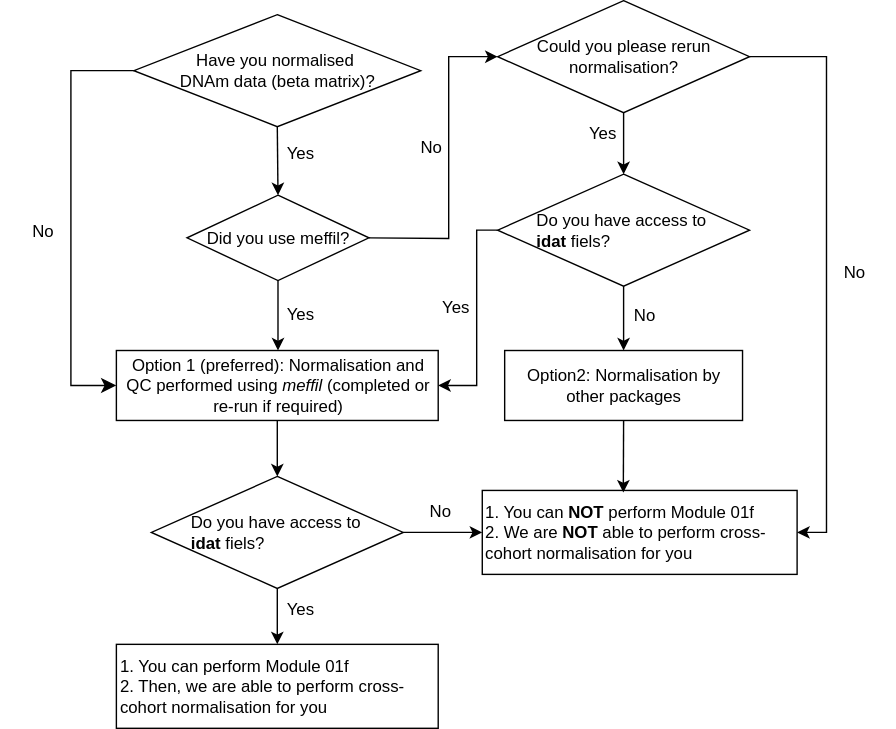
The draw.io diagram images/meth_data_flowchart.drawio.svg in dianajuvi89/DEEP_mqtls.wiki_copy, before a commit. Source tidied: cells renumbered, new cells last; positions are measured from the earlier drawing's top-left corner, leaving out a move shared by most shapes.
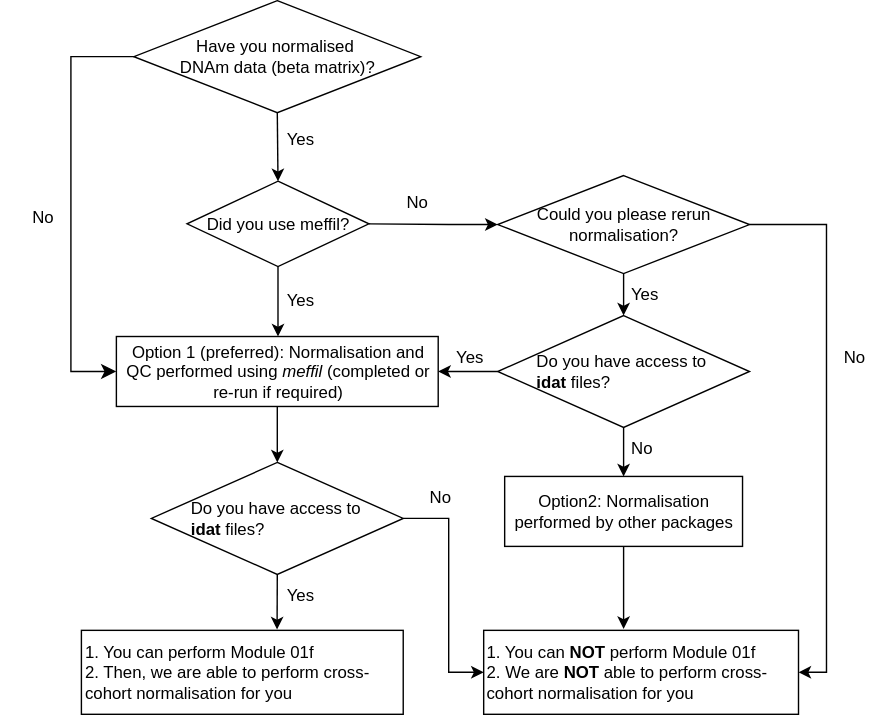
After the commit.

Diff of the diagram source:
```diff
@@ -6,7 +6,7 @@
       <mxGeometry x="95" y="10" width="205" height="80" as="geometry" />
     </mxCell>
     <mxCell id="3" value="&lt;div style=&quot;&quot;&gt;Could you please rerun normalisation?&lt;/div&gt;" style="rhombus;whiteSpace=wrap;html=1;align=center;" parent="1" vertex="1">
-      <mxGeometry x="355" width="180" height="80" as="geometry" />
+      <mxGeometry x="355" y="135" width="180" height="70" as="geometry" />
     </mxCell>
     <mxCell id="4" style="endArrow=classic;html=1;rounded=0;exitX=0.5;exitY=1;exitDx=0;exitDy=0;entryX=0.5;entryY=0;entryDx=0;entryDy=0;" parent="1" edge="1" source="2" target="7">
       <mxGeometry relative="1" as="geometry" />
@@ -32,22 +32,21 @@
       <mxGeometry relative="1" as="geometry">
         <Array as="points">
           <mxPoint x="320" y="170" />
-          <mxPoint x="320" y="110" />
-          <mxPoint x="320" y="40" />
+          <mxPoint x="330" y="170" />
         </Array>
       </mxGeometry>
     </mxCell>
     <mxCell id="11" value="No" style="text;html=1;align=center;verticalAlign=middle;whiteSpace=wrap;rounded=0;" parent="1" vertex="1">
-      <mxGeometry x="270" y="90" width="75" height="30" as="geometry" />
+      <mxGeometry x="260" y="139" width="75" height="30" as="geometry" />
     </mxCell>
     <mxCell id="12" value="No" style="text;html=1;align=center;verticalAlign=middle;whiteSpace=wrap;rounded=0;" parent="1" vertex="1">
-      <mxGeometry x="430" y="210" width="60" height="30" as="geometry" />
+      <mxGeometry x="427.5" y="315" width="60" height="30" as="geometry" />
     </mxCell>
-    <mxCell id="13" value="Option2: Normalisation by other packages" style="rounded=0;whiteSpace=wrap;html=1;" parent="1" vertex="1">
-      <mxGeometry x="360" y="250" width="170" height="50" as="geometry" />
+    <mxCell id="13" value="Option2: Normalisation performed by other packages" style="rounded=0;whiteSpace=wrap;html=1;" parent="1" vertex="1">
+      <mxGeometry x="360" y="350" width="170" height="50" as="geometry" />
     </mxCell>
     <mxCell id="14" value="Yes" style="text;html=1;align=center;verticalAlign=middle;whiteSpace=wrap;rounded=0;" parent="1" vertex="1">
-      <mxGeometry x="400" y="80" width="60" height="30" as="geometry" />
+      <mxGeometry x="430" y="205" width="60" height="30" as="geometry" />
     </mxCell>
     <mxCell id="15" style="edgeStyle=elbowEdgeStyle;elbow=horizontal;endArrow=classic;html=1;curved=0;rounded=0;endSize=8;startSize=8;exitX=0;exitY=0.5;exitDx=0;exitDy=0;entryX=0;entryY=0.5;entryDx=0;entryDy=0;" parent="1" edge="1" source="2" target="6">
       <mxGeometry relative="1" as="geometry">
@@ -63,13 +62,13 @@
       <mxGeometry relative="1" as="geometry" />
     </mxCell>
     <mxCell id="18" value="&lt;div&gt;1. You can perform Module 01f&lt;/div&gt;2. Then, we are able to perform cross-cohort normalisation for you" style="rounded=0;whiteSpace=wrap;html=1;align=left;" parent="1" vertex="1">
-      <mxGeometry x="82.5" y="460" width="230" height="60" as="geometry" />
+      <mxGeometry x="57.5" y="460" width="230" height="60" as="geometry" />
     </mxCell>
     <mxCell id="19" value="&lt;div&gt;1. You can &lt;b&gt;NOT&lt;/b&gt; perform Module 01f&lt;/div&gt;2. We are &lt;b&gt;NOT&lt;/b&gt; able to perform cross-cohort normalisation for you" style="rounded=0;whiteSpace=wrap;html=1;align=left;" parent="1" vertex="1">
-      <mxGeometry x="344" y="350" width="225" height="60" as="geometry" />
+      <mxGeometry x="345" y="460" width="225" height="60" as="geometry" />
     </mxCell>
-    <mxCell id="20" value="&lt;div style=&quot;text-align: justify;&quot;&gt;&lt;span style=&quot;background-color: transparent; color: light-dark(rgb(0, 0, 0), rgb(255, 255, 255));&quot;&gt;Do you have access to&amp;nbsp;&lt;/span&gt;&lt;/div&gt;&lt;div style=&quot;text-align: justify;&quot;&gt;&lt;span style=&quot;background-color: transparent; color: light-dark(rgb(0, 0, 0), rgb(255, 255, 255));&quot;&gt;&lt;b&gt;idat&lt;/b&gt; fiels?&lt;/span&gt;&lt;/div&gt;" style="rhombus;whiteSpace=wrap;html=1;align=center;" parent="1" vertex="1">
-      <mxGeometry x="355" y="124" width="180" height="80" as="geometry" />
+    <mxCell id="20" value="&lt;div style=&quot;text-align: justify;&quot;&gt;&lt;span style=&quot;background-color: transparent; color: light-dark(rgb(0, 0, 0), rgb(255, 255, 255));&quot;&gt;Do you have access to&amp;nbsp;&lt;/span&gt;&lt;/div&gt;&lt;div style=&quot;text-align: justify;&quot;&gt;&lt;span style=&quot;background-color: transparent; color: light-dark(rgb(0, 0, 0), rgb(255, 255, 255));&quot;&gt;&lt;b&gt;idat&lt;/b&gt; files?&lt;/span&gt;&lt;/div&gt;" style="rhombus;whiteSpace=wrap;html=1;align=center;" parent="1" vertex="1">
+      <mxGeometry x="355" y="235" width="180" height="80" as="geometry" />
     </mxCell>
     <mxCell id="21" style="endArrow=classic;html=1;rounded=0;exitX=0.5;exitY=1;exitDx=0;exitDy=0;entryX=0.5;entryY=0;entryDx=0;entryDy=0;" parent="1" edge="1" source="3" target="20">
       <mxGeometry relative="1" as="geometry" />
@@ -77,42 +76,48 @@
     <mxCell id="22" style="endArrow=classic;html=1;rounded=0;exitX=0;exitY=0.5;exitDx=0;exitDy=0;entryX=1;entryY=0.5;entryDx=0;entryDy=0;" parent="1" edge="1" source="20" target="6">
       <mxGeometry relative="1" as="geometry">
         <Array as="points">
-          <mxPoint x="340" y="164" />
           <mxPoint x="340" y="275" />
         </Array>
       </mxGeometry>
     </mxCell>
     <mxCell id="23" value="Yes" style="text;html=1;align=center;verticalAlign=middle;whiteSpace=wrap;rounded=0;" parent="1" vertex="1">
-      <mxGeometry x="295" y="204" width="60" height="30" as="geometry" />
+      <mxGeometry x="305" y="250" width="60" height="30" as="geometry" />
     </mxCell>
     <mxCell id="24" style="endArrow=classic;html=1;rounded=0;exitX=0.5;exitY=1;exitDx=0;exitDy=0;entryX=0.5;entryY=0;entryDx=0;entryDy=0;" parent="1" edge="1" source="20" target="13">
       <mxGeometry relative="1" as="geometry" />
     </mxCell>
-    <mxCell id="25" style="endArrow=classic;html=1;rounded=0;exitX=0.5;exitY=1;exitDx=0;exitDy=0;entryX=0.448;entryY=0.026;entryDx=0;entryDy=0;entryPerimeter=0;" parent="1" edge="1" source="13" target="19">
-      <mxGeometry relative="1" as="geometry" />
+    <mxCell id="25" style="endArrow=classic;html=1;rounded=0;exitX=0.5;exitY=1;exitDx=0;exitDy=0;" parent="1" edge="1" source="13">
+      <mxGeometry relative="1" as="geometry">
+        <mxPoint x="445" y="459" as="targetPoint" />
+      </mxGeometry>
     </mxCell>
     <mxCell id="26" style="endArrow=classic;html=1;rounded=0;exitX=1;exitY=0.5;exitDx=0;exitDy=0;entryX=1;entryY=0.5;entryDx=0;entryDy=0;" parent="1" edge="1" source="3" target="19">
       <mxGeometry relative="1" as="geometry">
         <Array as="points">
-          <mxPoint x="590" y="40" />
-          <mxPoint x="590" y="380" />
+          <mxPoint x="590" y="170" />
+          <mxPoint x="590" y="490" />
         </Array>
       </mxGeometry>
     </mxCell>
     <mxCell id="27" value="No" style="text;html=1;align=center;verticalAlign=middle;whiteSpace=wrap;rounded=0;" parent="1" vertex="1">
-      <mxGeometry x="580" y="179" width="60" height="30" as="geometry" />
+      <mxGeometry x="580" y="250" width="60" height="30" as="geometry" />
     </mxCell>
-    <mxCell id="28" value="&lt;div style=&quot;text-align: justify;&quot;&gt;&lt;span style=&quot;background-color: transparent; color: light-dark(rgb(0, 0, 0), rgb(255, 255, 255));&quot;&gt;Do you have access to&amp;nbsp;&lt;/span&gt;&lt;/div&gt;&lt;div style=&quot;text-align: justify;&quot;&gt;&lt;span style=&quot;background-color: transparent; color: light-dark(rgb(0, 0, 0), rgb(255, 255, 255));&quot;&gt;&lt;b&gt;idat&lt;/b&gt; fiels?&lt;/span&gt;&lt;/div&gt;" style="rhombus;whiteSpace=wrap;html=1;align=center;" parent="1" vertex="1">
+    <mxCell id="28" value="&lt;div style=&quot;text-align: justify;&quot;&gt;&lt;span style=&quot;background-color: transparent; color: light-dark(rgb(0, 0, 0), rgb(255, 255, 255));&quot;&gt;Do you have access to&amp;nbsp;&lt;/span&gt;&lt;/div&gt;&lt;div style=&quot;text-align: justify;&quot;&gt;&lt;span style=&quot;background-color: transparent; color: light-dark(rgb(0, 0, 0), rgb(255, 255, 255));&quot;&gt;&lt;b&gt;idat&lt;/b&gt; files?&lt;/span&gt;&lt;/div&gt;" style="rhombus;whiteSpace=wrap;html=1;align=center;" parent="1" vertex="1">
       <mxGeometry x="107.5" y="340" width="180" height="80" as="geometry" />
     </mxCell>
-    <mxCell id="29" style="endArrow=classic;html=1;rounded=0;exitX=0.5;exitY=1;exitDx=0;exitDy=0;entryX=0.5;entryY=0;entryDx=0;entryDy=0;" parent="1" edge="1" source="28" target="18">
+    <mxCell id="29" style="endArrow=classic;html=1;rounded=0;exitX=0.5;exitY=1;exitDx=0;exitDy=0;entryX=0.608;entryY=-0.01;entryDx=0;entryDy=0;entryPerimeter=0;" parent="1" edge="1" source="28" target="18">
       <mxGeometry relative="1" as="geometry" />
     </mxCell>
     <mxCell id="30" value="Yes" style="text;html=1;align=center;verticalAlign=middle;whiteSpace=wrap;rounded=0;" parent="1" vertex="1">
       <mxGeometry x="184" y="420" width="60" height="30" as="geometry" />
     </mxCell>
     <mxCell id="31" style="endArrow=classic;html=1;rounded=0;exitX=1;exitY=0.5;exitDx=0;exitDy=0;entryX=0;entryY=0.5;entryDx=0;entryDy=0;" parent="1" edge="1" source="28" target="19">
-      <mxGeometry relative="1" as="geometry" />
+      <mxGeometry relative="1" as="geometry">
+        <Array as="points">
+          <mxPoint x="320" y="380" />
+          <mxPoint x="320" y="490" />
+        </Array>
+      </mxGeometry>
     </mxCell>
     <mxCell id="32" value="No" style="text;html=1;align=center;verticalAlign=middle;whiteSpace=wrap;rounded=0;" parent="1" vertex="1">
       <mxGeometry x="284" y="350" width="60" height="30" as="geometry" />
```
